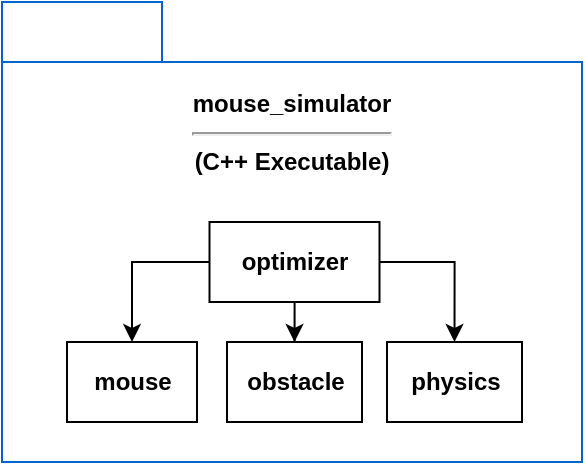
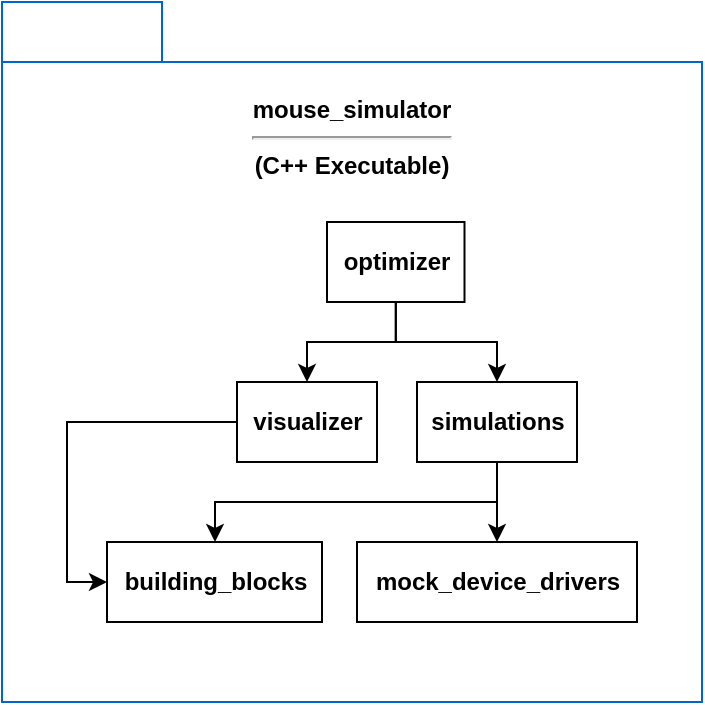
- <mxfile host="Electron" agent="Mozilla/5.0 (Windows NT 10.0; Win64; x64) AppleWebKit/537.36 (KHTML, like Gecko) draw.io/29.6.1 Chrome/142.0.7444.265 Electron/39.8.0 Safari/537.36" version="29.6.1">
+ <mxfile host="Electron" agent="Mozilla/5.0 (Windows NT 10.0; Win64; x64) AppleWebKit/537.36 (KHTML, like Gecko) draw.io/29.6.1 Chrome/142.0.7444.265 Electron/39.8.0 Safari/537.36">
  <diagram name="Page-1" id="KDZp5Tcgb_5S-pT7iElr">
-     <mxGraphModel dx="868" dy="522" grid="1" gridSize="10" guides="1" tooltips="1" connect="1" arrows="1" fold="1" page="1" pageScale="1" pageWidth="850" pageHeight="1100" math="0" shadow="0">
+     <mxGraphModel dx="858" dy="522" grid="1" gridSize="10" guides="1" tooltips="1" connect="1" arrows="1" fold="1" page="1" pageScale="1" pageWidth="850" pageHeight="1100" math="0" shadow="0">
      <root>
        <mxCell id="0" />
        <mxCell id="1" parent="0" />
-         <mxCell id="nLHY-gs9SaZubnEj629W-1" parent="1" style="shape=folder;fontStyle=1;tabWidth=80;tabHeight=30;tabPosition=left;html=1;boundedLbl=1;whiteSpace=wrap;strokeColor=#0066CC;" value="&lt;div&gt;mouse_simulator&lt;/div&gt;&lt;div&gt;&lt;hr&gt;(C++ Executable)&lt;/div&gt;&lt;div&gt;&lt;br&gt;&lt;/div&gt;&lt;div&gt;&lt;br&gt;&lt;/div&gt;&lt;div&gt;&lt;br&gt;&lt;/div&gt;&lt;div&gt;&lt;br&gt;&lt;/div&gt;&lt;div&gt;&lt;br&gt;&lt;/div&gt;&lt;div&gt;&lt;br&gt;&lt;/div&gt;&lt;div&gt;&lt;br&gt;&lt;/div&gt;&lt;div&gt;&lt;br&gt;&lt;/div&gt;&lt;div&gt;&lt;br&gt;&lt;/div&gt;" vertex="1">
-           <mxGeometry height="230" width="290" x="260" y="190" as="geometry" />
+         <mxCell id="nLHY-gs9SaZubnEj629W-1" parent="1" style="shape=folder;fontStyle=1;tabWidth=80;tabHeight=30;tabPosition=left;html=1;boundedLbl=1;whiteSpace=wrap;strokeColor=#0066CC;" value="&lt;div&gt;mouse_simulator&lt;/div&gt;&lt;div&gt;&lt;hr&gt;(C++ Executable)&lt;/div&gt;&lt;div&gt;&lt;br&gt;&lt;/div&gt;&lt;div&gt;&lt;br&gt;&lt;/div&gt;&lt;div&gt;&lt;br&gt;&lt;/div&gt;&lt;div&gt;&lt;br&gt;&lt;/div&gt;&lt;div&gt;&lt;br&gt;&lt;/div&gt;&lt;div&gt;&lt;br&gt;&lt;/div&gt;&lt;div&gt;&lt;br&gt;&lt;/div&gt;&lt;div&gt;&lt;br&gt;&lt;/div&gt;&lt;div&gt;&lt;br&gt;&lt;/div&gt;&lt;div&gt;&lt;br&gt;&lt;/div&gt;&lt;div&gt;&lt;br&gt;&lt;/div&gt;&lt;div&gt;&lt;br&gt;&lt;/div&gt;&lt;div&gt;&lt;br&gt;&lt;/div&gt;&lt;div&gt;&lt;br&gt;&lt;/div&gt;&lt;div&gt;&lt;br&gt;&lt;/div&gt;&lt;div&gt;&lt;br&gt;&lt;/div&gt;&lt;div&gt;&lt;br&gt;&lt;/div&gt;" vertex="1">
+           <mxGeometry height="350" width="350" x="260" y="190" as="geometry" />
        </mxCell>
-         <mxCell id="PM4G5hOw4cy-gQDc5K8O-2" parent="1" style="rounded=0;whiteSpace=wrap;html=1;" value="&lt;b&gt;mouse&lt;/b&gt;" vertex="1">
-           <mxGeometry height="40" width="65" x="292.5" y="360" as="geometry" />
+         <mxCell id="PM4G5hOw4cy-gQDc5K8O-2" parent="1" style="rounded=0;whiteSpace=wrap;html=1;" value="&lt;b&gt;building_blocks&lt;/b&gt;" vertex="1">
+           <mxGeometry height="40" width="107.5" x="312.5" y="460" as="geometry" />
        </mxCell>
-         <mxCell id="PM4G5hOw4cy-gQDc5K8O-3" parent="1" style="rounded=0;whiteSpace=wrap;html=1;" value="&lt;b&gt;obstacle&lt;/b&gt;" vertex="1">
-           <mxGeometry height="40" width="67.5" x="372.5" y="360" as="geometry" />
+         <mxCell id="PM4G5hOw4cy-gQDc5K8O-3" parent="1" style="rounded=0;whiteSpace=wrap;html=1;" value="&lt;b&gt;mock_device_drivers&lt;/b&gt;" vertex="1">
+           <mxGeometry height="40" width="140" x="437.5" y="460" as="geometry" />
        </mxCell>
-         <mxCell id="nLHY-gs9SaZubnEj629W-2" parent="1" style="rounded=0;whiteSpace=wrap;html=1;" value="&lt;b&gt;physics&lt;/b&gt;" vertex="1">
-           <mxGeometry height="40" width="67.5" x="452.5" y="360" as="geometry" />
+         <mxCell id="tRRDGAWwYLGnbwWj3jFn-7" edge="1" parent="1" source="nLHY-gs9SaZubnEj629W-2" style="edgeStyle=orthogonalEdgeStyle;rounded=0;orthogonalLoop=1;jettySize=auto;html=1;entryX=0;entryY=0.5;entryDx=0;entryDy=0;" target="PM4G5hOw4cy-gQDc5K8O-2">
+           <mxGeometry relative="1" as="geometry">
+             <Array as="points">
+               <mxPoint x="292.5" y="400" />
+               <mxPoint x="292.5" y="480" />
+             </Array>
+           </mxGeometry>
        </mxCell>
-         <mxCell id="nLHY-gs9SaZubnEj629W-5" edge="1" parent="1" source="nLHY-gs9SaZubnEj629W-3" style="edgeStyle=orthogonalEdgeStyle;rounded=0;orthogonalLoop=1;jettySize=auto;html=1;entryX=0.5;entryY=0;entryDx=0;entryDy=0;" target="PM4G5hOw4cy-gQDc5K8O-3">
+         <mxCell id="nLHY-gs9SaZubnEj629W-2" parent="1" style="rounded=0;whiteSpace=wrap;html=1;" value="&lt;b&gt;visualizer&lt;/b&gt;" vertex="1">
+           <mxGeometry height="40" width="70" x="377.5" y="380" as="geometry" />
+         </mxCell>
+         <mxCell id="tRRDGAWwYLGnbwWj3jFn-8" edge="1" parent="1" source="nLHY-gs9SaZubnEj629W-3" style="edgeStyle=orthogonalEdgeStyle;rounded=0;orthogonalLoop=1;jettySize=auto;html=1;entryX=0.5;entryY=0;entryDx=0;entryDy=0;" target="tRRDGAWwYLGnbwWj3jFn-1">
          <mxGeometry relative="1" as="geometry" />
        </mxCell>
-         <mxCell id="nLHY-gs9SaZubnEj629W-6" edge="1" parent="1" source="nLHY-gs9SaZubnEj629W-3" style="edgeStyle=orthogonalEdgeStyle;rounded=0;orthogonalLoop=1;jettySize=auto;html=1;entryX=0.5;entryY=0;entryDx=0;entryDy=0;" target="PM4G5hOw4cy-gQDc5K8O-2">
-           <mxGeometry relative="1" as="geometry" />
-         </mxCell>
-         <mxCell id="nLHY-gs9SaZubnEj629W-7" edge="1" parent="1" source="nLHY-gs9SaZubnEj629W-3" style="edgeStyle=orthogonalEdgeStyle;rounded=0;orthogonalLoop=1;jettySize=auto;html=1;entryX=0.5;entryY=0;entryDx=0;entryDy=0;" target="nLHY-gs9SaZubnEj629W-2">
+         <mxCell id="tRRDGAWwYLGnbwWj3jFn-9" edge="1" parent="1" source="nLHY-gs9SaZubnEj629W-3" style="edgeStyle=orthogonalEdgeStyle;rounded=0;orthogonalLoop=1;jettySize=auto;html=1;entryX=0.5;entryY=0;entryDx=0;entryDy=0;" target="nLHY-gs9SaZubnEj629W-2">
          <mxGeometry relative="1" as="geometry" />
        </mxCell>
        <mxCell id="nLHY-gs9SaZubnEj629W-3" parent="1" style="rounded=0;whiteSpace=wrap;html=1;" value="&lt;b&gt;optimizer&lt;/b&gt;" vertex="1">
-           <mxGeometry height="40" width="85" x="363.75" y="300" as="geometry" />
+           <mxGeometry height="40" width="68.75" x="422.5" y="300" as="geometry" />
+         </mxCell>
+         <mxCell id="tRRDGAWwYLGnbwWj3jFn-3" edge="1" parent="1" source="tRRDGAWwYLGnbwWj3jFn-1" style="edgeStyle=orthogonalEdgeStyle;rounded=0;orthogonalLoop=1;jettySize=auto;html=1;entryX=0.5;entryY=0;entryDx=0;entryDy=0;" target="PM4G5hOw4cy-gQDc5K8O-2">
+           <mxGeometry relative="1" as="geometry">
+             <Array as="points">
+               <mxPoint x="507.5" y="440" />
+               <mxPoint x="366.5" y="440" />
+               <mxPoint x="366.5" y="460" />
+             </Array>
+           </mxGeometry>
+         </mxCell>
+         <mxCell id="tRRDGAWwYLGnbwWj3jFn-6" edge="1" parent="1" source="tRRDGAWwYLGnbwWj3jFn-1" style="edgeStyle=orthogonalEdgeStyle;rounded=0;orthogonalLoop=1;jettySize=auto;html=1;entryX=0.5;entryY=0;entryDx=0;entryDy=0;" target="PM4G5hOw4cy-gQDc5K8O-3">
+           <mxGeometry relative="1" as="geometry" />
+         </mxCell>
+         <mxCell id="tRRDGAWwYLGnbwWj3jFn-1" parent="1" style="rounded=0;whiteSpace=wrap;html=1;" value="&lt;b&gt;simulations&lt;/b&gt;" vertex="1">
+           <mxGeometry height="40" width="80" x="467.5" y="380" as="geometry" />
        </mxCell>
      </root>
    </mxGraphModel>
  </diagram>
</mxfile>
